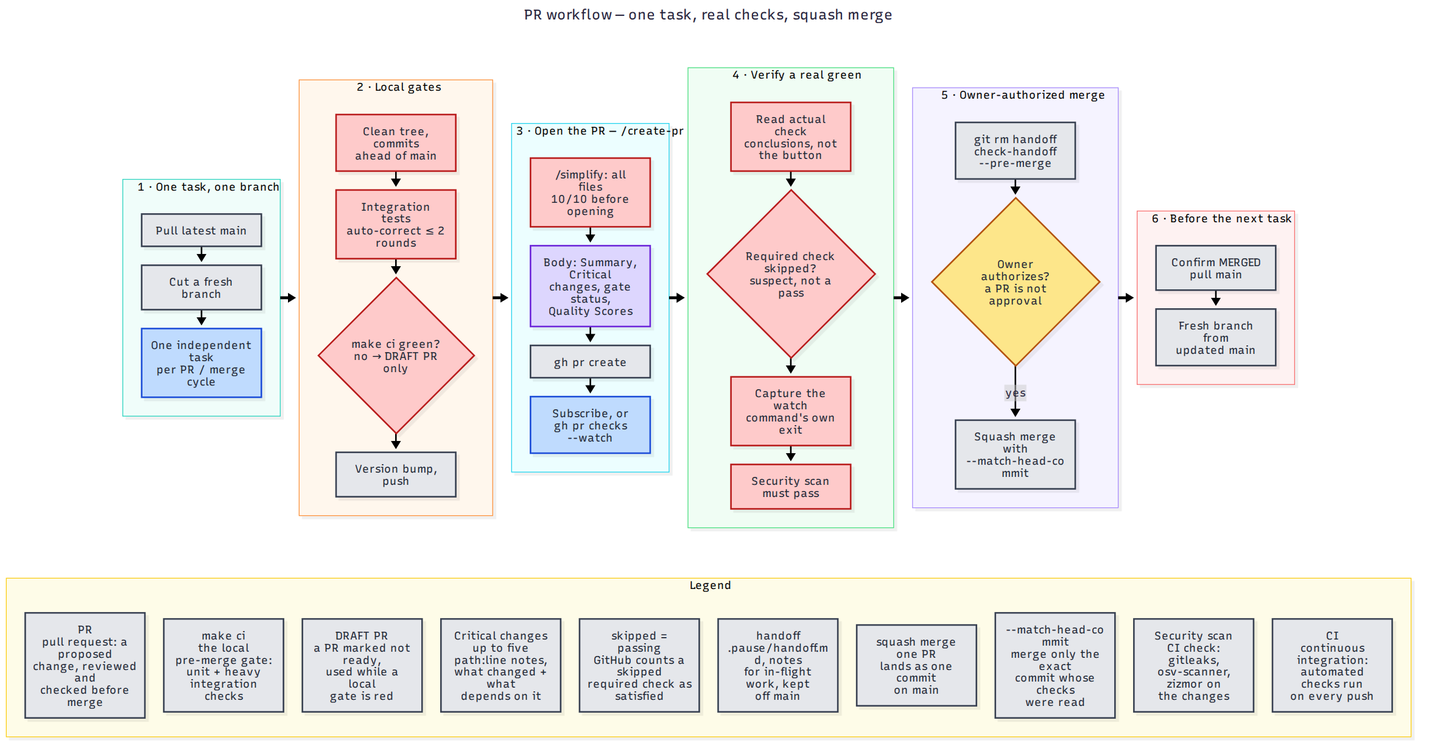
victusfate/scaffold keeps this Mermaid diagram as docs/diagrams/generated/pr-workflow.png. Above is the earlier version. Its source is kept beside it as docs/diagrams/src/pr-workflow.mmd. The source it was exported from:
```mermaid
---
title: PR workflow — one task, real checks, squash merge
---
flowchart TB
  classDef owner fill:#fde68a,stroke:#b45309,color:#1f2937
  classDef orch fill:#bfdbfe,stroke:#1d4ed8,color:#1f2937
  classDef state fill:#ddd6fe,stroke:#6d28d9,color:#1f2937
  classDef lane fill:#bbf7d0,stroke:#15803d,color:#1f2937
  classDef git fill:#e5e7eb,stroke:#374151,color:#1f2937
  classDef gate fill:#fecaca,stroke:#b91c1c,color:#1f2937


  subgraph FLOW[" "]
  direction LR

  subgraph BRANCH["1 · One task, one branch"]
    direction TB
    B1["Pull latest main"]:::git
    B2["Cut a fresh branch"]:::git
    B3["One independent task<br/>per PR / merge cycle"]:::orch
    B1 --> B2 --> B3
  end

  subgraph LOCAL["2 · Local gates"]
    direction TB
    G1["Clean tree, commits<br/>ahead of main"]:::gate
    G2["Integration tests<br/>auto-correct ≤ 2 rounds"]:::gate
    G3{"make ci green?<br/>no → DRAFT PR only"}:::gate
    G4["Version bump, push"]:::git
    G1 --> G2 --> G3 --> G4
  end

  subgraph OPEN["3 · Open the PR — /create-pr"]
    direction TB
    O1["/simplify: all files<br/>10/10 before opening"]:::gate
    O2["Body: Summary, Critical<br/>changes, gate status,<br/>Quality Scores"]:::state
    O3["gh pr create"]:::git
    O4["Subscribe, or<br/>gh pr checks --watch"]:::orch
    O1 --> O2 --> O3 --> O4
  end

  subgraph CHECKS["4 · Verify a real green"]
    direction TB
    C1["Read actual check<br/>conclusions, not the button"]:::gate
    C2{"Required check skipped?<br/>suspect, not a pass"}:::gate
    C3["Capture the watch<br/>command's own exit"]:::gate
    C4["Security scan<br/>must pass"]:::gate
    C1 --> C2 --> C3 --> C4
  end

  subgraph MERGE["5 · Owner-authorized merge"]
    direction TB
    M1["git rm handoff<br/>check-handoff --pre-merge"]:::git
    M2{"Owner authorizes?<br/>a PR is not approval"}:::owner
    M3["Squash merge with<br/>--match-head-commit"]:::git
    M1 --> M2 -->|yes| M3
  end

  subgraph NEXT["6 · Before the next task"]
    direction TB
    N1["Confirm MERGED<br/>pull main"]:::git
    N2["Fresh branch from<br/>updated main"]:::git
    N1 --> N2
  end

  BRANCH ==> LOCAL ==> OPEN ==> CHECKS ==> MERGE ==> NEXT
  end
  style FLOW fill:none,stroke:none

  subgraph LEGEND["Legend"]
    direction LR
    L1["PR<br/>pull request: a proposed<br/>change, reviewed and<br/>checked before merge"]:::git
    L2["make ci<br/>the local pre-merge gate:<br/>unit + heavy integration<br/>checks"]:::git
    L3["DRAFT PR<br/>a PR marked not ready,<br/>used while a local<br/>gate is red"]:::git
    L4["Critical changes<br/>up to five path:line notes,<br/>what changed + what<br/>depends on it"]:::git
    L5["skipped = passing<br/>GitHub counts a skipped<br/>required check as<br/>satisfied"]:::git
    L6["handoff<br/>.pause/handoff.md, notes<br/>for in-flight work, kept<br/>off main"]:::git
    L7["squash merge<br/>one PR<br/>lands as one commit<br/>on main"]:::git
    L8["--match-head-commit<br/>merge only the exact<br/>commit whose checks<br/>were read"]:::git
    L9["Security scan<br/>CI check: gitleaks,<br/>osv-scanner, zizmor on<br/>the changes"]:::git
    L10["CI<br/>continuous integration:<br/>automated checks run<br/>on every push"]:::git
    L1 ~~~ L2 ~~~ L3 ~~~ L4 ~~~ L5 ~~~ L6 ~~~ L7 ~~~ L8 ~~~ L9 ~~~ L10
  end

  FLOW ~~~ LEGEND
```
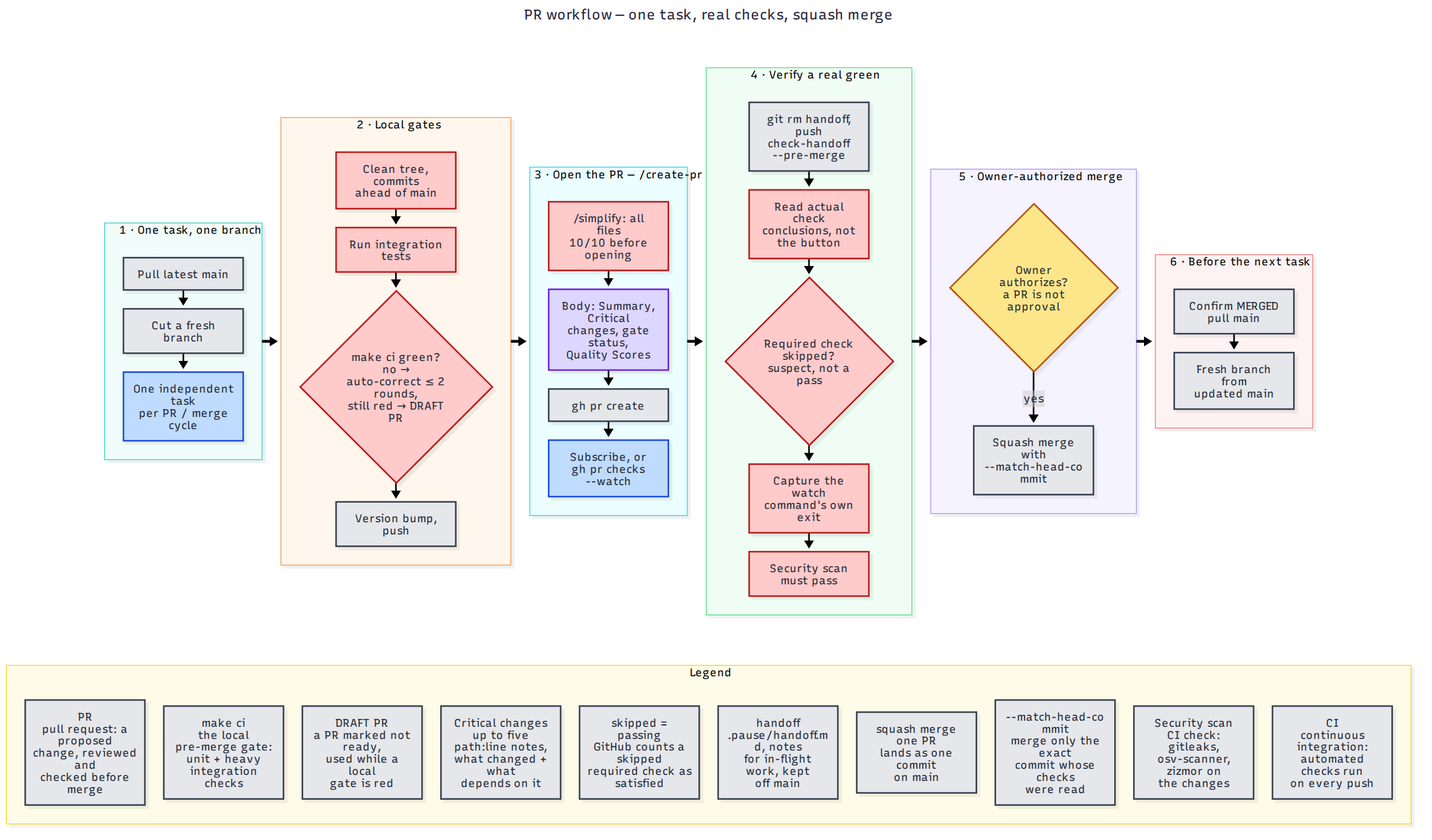
Later version of the same file.

The edit, as a diff of the source:
```diff
@@ -24,8 +24,8 @@
   subgraph LOCAL["2 · Local gates"]
     direction TB
     G1["Clean tree, commits<br/>ahead of main"]:::gate
-    G2["Integration tests<br/>auto-correct ≤ 2 rounds"]:::gate
-    G3{"make ci green?<br/>no → DRAFT PR only"}:::gate
+    G2["Run integration<br/>tests"]:::gate
+    G3{"make ci green?<br/>no → auto-correct ≤ 2 rounds,<br/>still red → DRAFT PR"}:::gate
     G4["Version bump, push"]:::git
     G1 --> G2 --> G3 --> G4
   end
@@ -41,19 +41,19 @@
 
   subgraph CHECKS["4 · Verify a real green"]
     direction TB
+    M1["git rm handoff, push<br/>check-handoff --pre-merge"]:::git
     C1["Read actual check<br/>conclusions, not the button"]:::gate
     C2{"Required check skipped?<br/>suspect, not a pass"}:::gate
     C3["Capture the watch<br/>command's own exit"]:::gate
     C4["Security scan<br/>must pass"]:::gate
-    C1 --> C2 --> C3 --> C4
+    M1 --> C1 --> C2 --> C3 --> C4
   end
 
   subgraph MERGE["5 · Owner-authorized merge"]
     direction TB
-    M1["git rm handoff<br/>check-handoff --pre-merge"]:::git
     M2{"Owner authorizes?<br/>a PR is not approval"}:::owner
     M3["Squash merge with<br/>--match-head-commit"]:::git
-    M1 --> M2 -->|yes| M3
+    M2 -->|yes| M3
   end
 
   subgraph NEXT["6 · Before the next task"]
```
